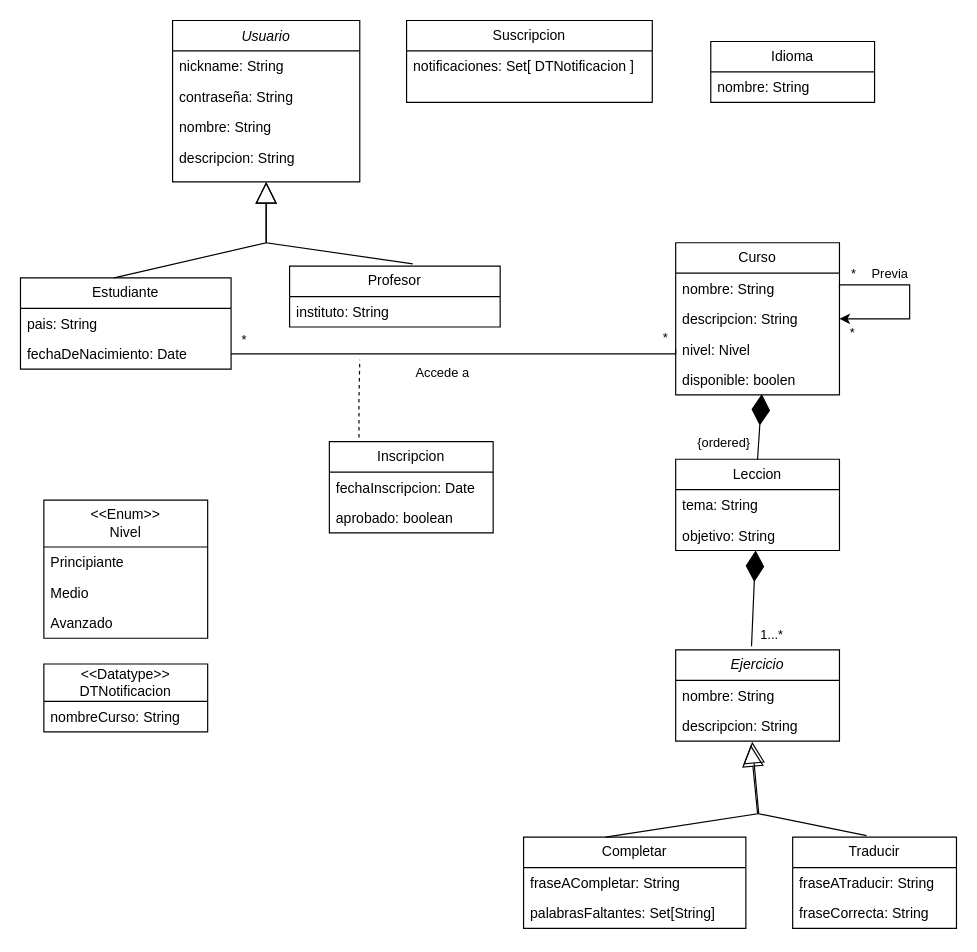
Earlier version of the draw.io diagram diagramas/De Dominio/Diagrama de Dominio.drawio (ivan1arriola/Lab_Programacion4_2023). Source tidied: cells renumbered, new cells numbered last; positions are measured from the earlier drawing's top-left corner, leaving out a move shared by most shapes. Both pictures are drawn from the tidied source at 117%, with x=0, y=0 at pixel (20, 20).
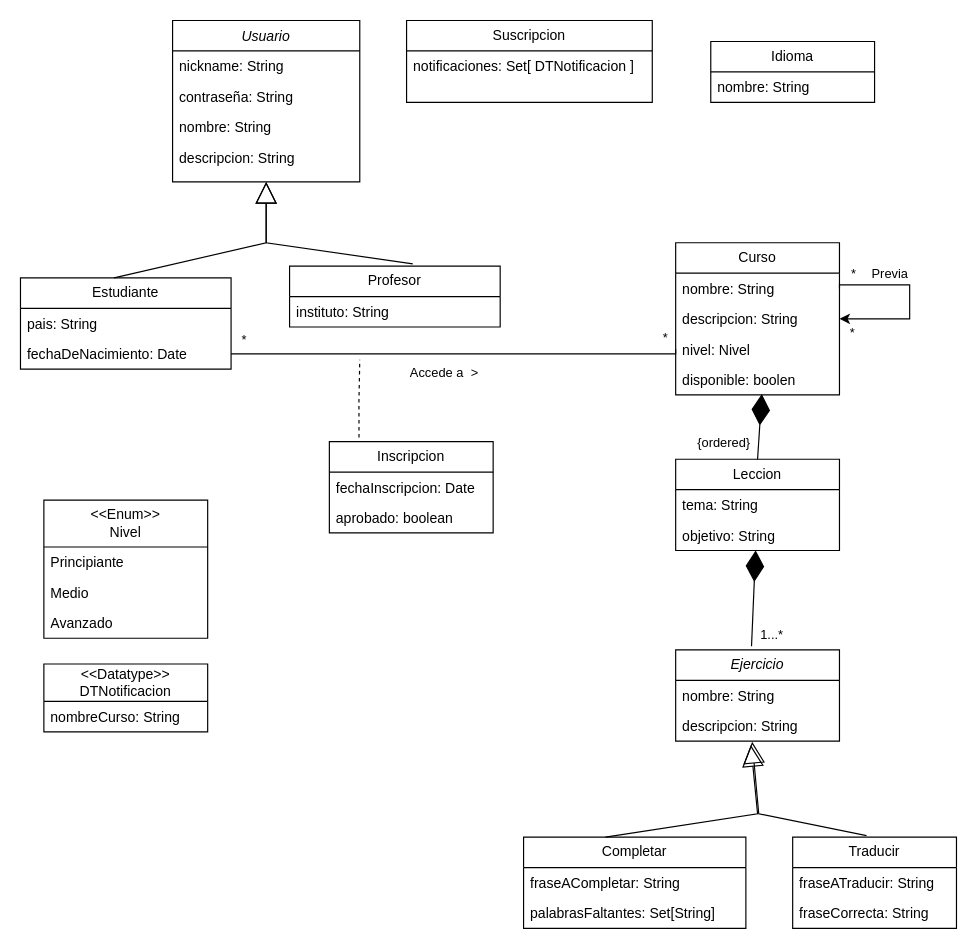
The same page after the edit.

The change refers to these unchanged cells:
```xml
<mxCell id="55" style="edgeStyle=orthogonalEdgeStyle;rounded=0;jettySize=auto;html=1;entryX=0;entryY=0.5;entryDx=0;entryDy=0;endArrow=none;endFill=0;" parent="1" edge="1" source="10" target="21">
  <mxGeometry relative="1" as="geometry">
    <Array as="points">
      <mxPoint x="560" y="285" />
    </Array>
  </mxGeometry>
</mxCell>
```

What changed in the source:
```diff
@@
-    <mxCell id="58" value="Accede a&amp;nbsp;" style="edgeLabel;html=1;align=center;verticalAlign=middle;" parent="55" vertex="1">
+    <mxCell id="58" value="Accede a&amp;nbsp; &amp;gt;" style="edgeLabel;html=1;align=center;verticalAlign=middle;" parent="55" vertex="1">
       <mxGeometry x="-0.1" relative="1" as="geometry">
         <mxPoint x="8" y="15" as="offset" />
       </mxGeometry>
     </mxCell>
```
